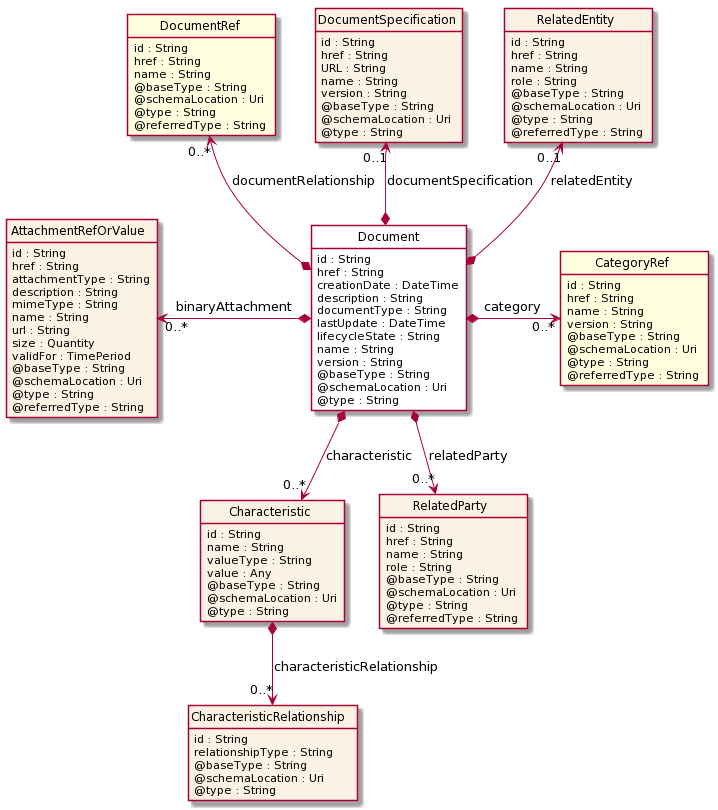
Before: apis/TMF667_Document/documentation/diagrams/Resource_Document.png, a diagram exported from PlantUML (tmforum-apis/Open_Api_And_Data_Model). Source of this version:
```plantuml
@startuml
hide circle
hide methods
hide stereotype
show <<Enumeration>> stereotype
skinparam class {
   BackgroundColor<<Enumeration>> #E6F5F7
   BackgroundColor<<Ref>> #FFFFE0
   BackgroundColor<<Pivot>> #FFFFFFF
   BackgroundColor #FCF2E3
}

class Document <<Pivot>> {
    id : String
    href : String
    creationDate : DateTime
    description : String
    documentType : String
    lastUpdate : DateTime
    lifecycleState : String
    name : String
    version : String
    @baseType : String
    @schemaLocation : Uri
    @type : String
}

class AttachmentRefOrValue {
    id : String
    href : String
    attachmentType : String
    description : String
    mimeType : String
    name : String
    url : String
    size : Quantity
    validFor : TimePeriod
    @baseType : String
    @schemaLocation : Uri
    @type : String
    @referredType : String
}

class CategoryRef <<Ref>> {
    id : String
    href : String
    name : String
    version : String
    @baseType : String
    @schemaLocation : Uri
    @type : String
    @referredType : String
}

class Characteristic {
    id : String
    name : String
    valueType : String
    value : Any
    @baseType : String
    @schemaLocation : Uri
    @type : String
}

class CharacteristicRelationship {
    id : String
    relationshipType : String
    @baseType : String
    @schemaLocation : Uri
    @type : String
}

class DocumentRef <<Ref>> {
    id : String
    href : String
    name : String
    @baseType : String
    @schemaLocation : Uri
    @type : String
    @referredType : String
}

class DocumentSpecification {
    id : String
    href : String
    URL : String
    name : String
    version : String
    @baseType : String
    @schemaLocation : Uri
    @type : String
}

class RelatedEntity {
    id : String
    href : String
    name : String
    role : String
    @baseType : String
    @schemaLocation : Uri
    @type : String
    @referredType : String
}

class RelatedParty {
    id : String
    href : String
    name : String
    role : String
    @baseType : String
    @schemaLocation : Uri
    @type : String
    @referredType : String
}


AttachmentRefOrValue "0..*" <-left-* Document : binaryAttachment
Document *-right-> "0..*" CategoryRef : category
DocumentRef "0..*" <--* Document : documentRelationship
DocumentSpecification "0..1" <--* Document : documentSpecification
RelatedEntity "0..1" <--* Document : relatedEntity
Document *-->  "0..*" Characteristic : characteristic
Document *-->  "0..*" RelatedParty : relatedParty



Characteristic *-->  "0..*" CharacteristicRelationship : characteristicRelationship





@enduml
```
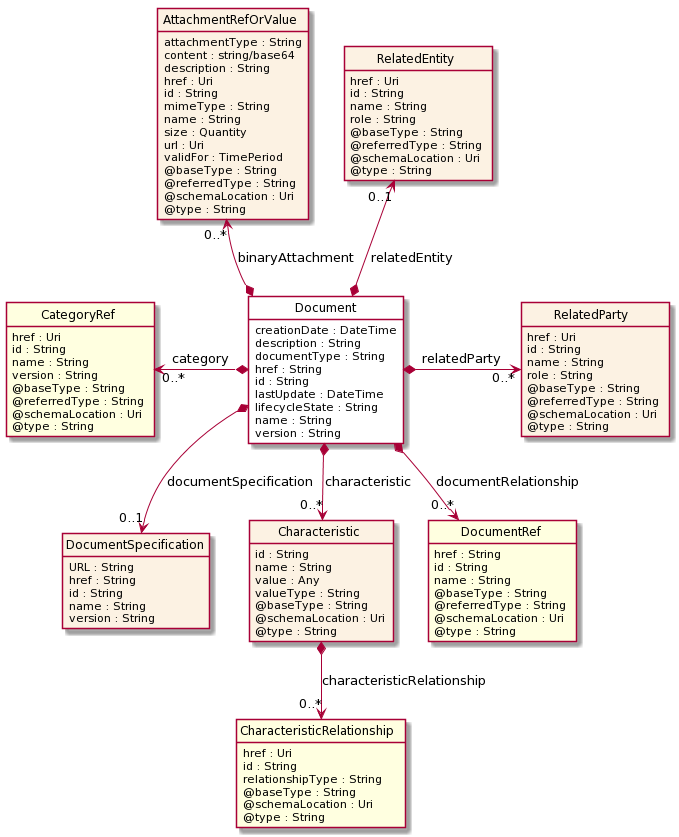
Later version of the same file.

The edit, as a diff of the source:
```diff
@@ -10,59 +10,77 @@
    BackgroundColor #FCF2E3
 }
 
-class Document <<Pivot>> {
-    id : String
-    href : String
+class Document  <<Pivot>> {
     creationDate : DateTime
     description : String
     documentType : String
+    href : String
+    id : String
     lastUpdate : DateTime
     lifecycleState : String
     name : String
     version : String
+}
+
+class AttachmentRefOrValue  {
+    attachmentType : String
+    content : string/base64
+    description : String
+    href : Uri
+    id : String
+    mimeType : String
+    name : String
+    size : Quantity
+    url : Uri
+    validFor : TimePeriod
+    @baseType : String
+    @referredType : String
+    @schemaLocation : Uri
+    @type : String
+}
+
+class DocumentSpecification  {
+    URL : String
+    href : String
+    id : String
+    name : String
+    version : String
+}
+
+class RelatedEntity  {
+    href : Uri
+    id : String
+    name : String
+    role : String
+    @baseType : String
+    @referredType : String
+    @schemaLocation : Uri
+    @type : String
+}
+
+class RelatedParty  {
+    href : Uri
+    id : String
+    name : String
+    role : String
+    @baseType : String
+    @referredType : String
+    @schemaLocation : Uri
+    @type : String
+}
+
+class Characteristic  {
+    id : String
+    name : String
+    value : Any
+    valueType : String
     @baseType : String
     @schemaLocation : Uri
     @type : String
 }
 
-class AttachmentRefOrValue {
-    id : String
-    href : String
-    attachmentType : String
-    description : String
-    mimeType : String
-    name : String
-    url : String
-    size : Quantity
-    validFor : TimePeriod
-    @baseType : String
-    @schemaLocation : Uri
-    @type : String
-    @referredType : String
-}
-
-class CategoryRef <<Ref>> {
-    id : String
-    href : String
-    name : String
-    version : String
-    @baseType : String
-    @schemaLocation : Uri
-    @type : String
-    @referredType : String
-}
-
-class Characteristic {
-    id : String
-    name : String
-    valueType : String
-    value : Any
-    @baseType : String
-    @schemaLocation : Uri
-    @type : String
-}
-
-class CharacteristicRelationship {
+class CharacteristicRelationship  <<Ref>> {
+    href : Uri
     id : String
     relationshipType : String
     @baseType : String
@@ -70,64 +88,41 @@
     @type : String
 }
 
-class DocumentRef <<Ref>> {
+class CategoryRef  <<Ref>> {
+    href : Uri
     id : String
-    href : String
-    name : String
-    @baseType : String
-    @schemaLocation : Uri
-    @type : String
-    @referredType : String
-}
-
-class DocumentSpecification {
-    id : String
-    href : String
-    URL : String
     name : String
     version : String
     @baseType : String
+    @referredType : String
     @schemaLocation : Uri
     @type : String
 }
 
-class RelatedEntity {
+class DocumentRef  <<Ref>> {
+    href : String
     id : String
-    href : String
     name : String
-    role : String
     @baseType : String
+    @referredType : String
     @schemaLocation : Uri
     @type : String
-    @referredType : String
 }
 
-class RelatedParty {
-    id : String
-    href : String
-    name : String
-    role : String
-    @baseType : String
-    @schemaLocation : Uri
-    @type : String
-    @referredType : String
-}
+CategoryRef "0..*" <-left-* Document : category
 
+Document *-right-> "0..*" RelatedParty : relatedParty
 
-AttachmentRefOrValue "0..*" <-left-* Document : binaryAttachment
-Document *-right-> "0..*" CategoryRef : category
-DocumentRef "0..*" <--* Document : documentRelationship
-DocumentSpecification "0..1" <--* Document : documentSpecification
 RelatedEntity "0..1" <--* Document : relatedEntity
+
+AttachmentRefOrValue "0..*" <--* Document : binaryAttachment
+
+Document *-->  "0..*" DocumentRef : documentRelationship
+
+Document *-->  "0..1" DocumentSpecification : documentSpecification
+
 Document *-->  "0..*" Characteristic : characteristic
-Document *-->  "0..*" RelatedParty : relatedParty
-
-
 
 Characteristic *-->  "0..*" CharacteristicRelationship : characteristicRelationship
 
-
-
-
-
 @enduml
```
